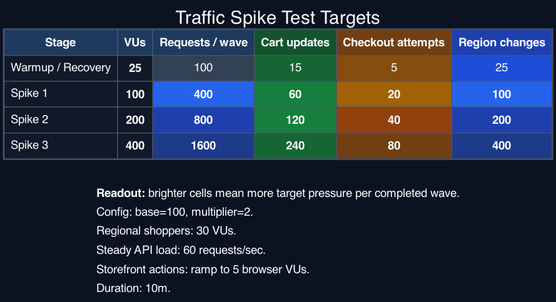
This is docs/graphviz/traffic-spike-target-heatmap-dark.png from orenlion1/ensemble-retail, a Graphviz export, as it was before one commit. Its source is kept beside it as docs/graphviz/traffic-spike-target-heatmap-dark.dot.
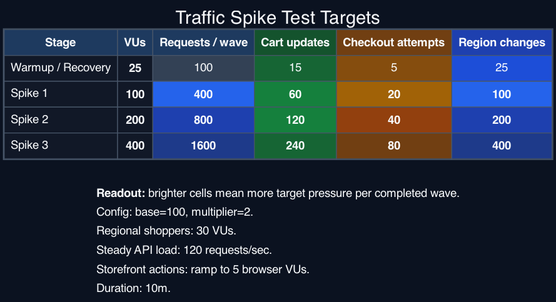
After the change.

Diff of the diagram source:
```diff
@@ -18,7 +18,7 @@
       <TR><TD ALIGN="LEFT"><FONT COLOR="#f8fafc"><B>Readout:</B> brighter cells mean more target pressure per completed wave.</FONT></TD></TR>
       <TR><TD ALIGN="LEFT"><FONT COLOR="#f8fafc">Config: base=100, multiplier=2.</FONT></TD></TR>
       <TR><TD ALIGN="LEFT"><FONT COLOR="#f8fafc">Regional shoppers: 30 VUs.</FONT></TD></TR>
-      <TR><TD ALIGN="LEFT"><FONT COLOR="#f8fafc">Steady API load: 60 requests/sec.</FONT></TD></TR>
+      <TR><TD ALIGN="LEFT"><FONT COLOR="#f8fafc">Steady API load: 120 requests/sec.</FONT></TD></TR>
       <TR><TD ALIGN="LEFT"><FONT COLOR="#f8fafc">Storefront actions: ramp to 5 browser VUs.</FONT></TD></TR>
       <TR><TD ALIGN="LEFT"><FONT COLOR="#f8fafc">Duration: 10m.</FONT></TD></TR>
     </TABLE>
```
